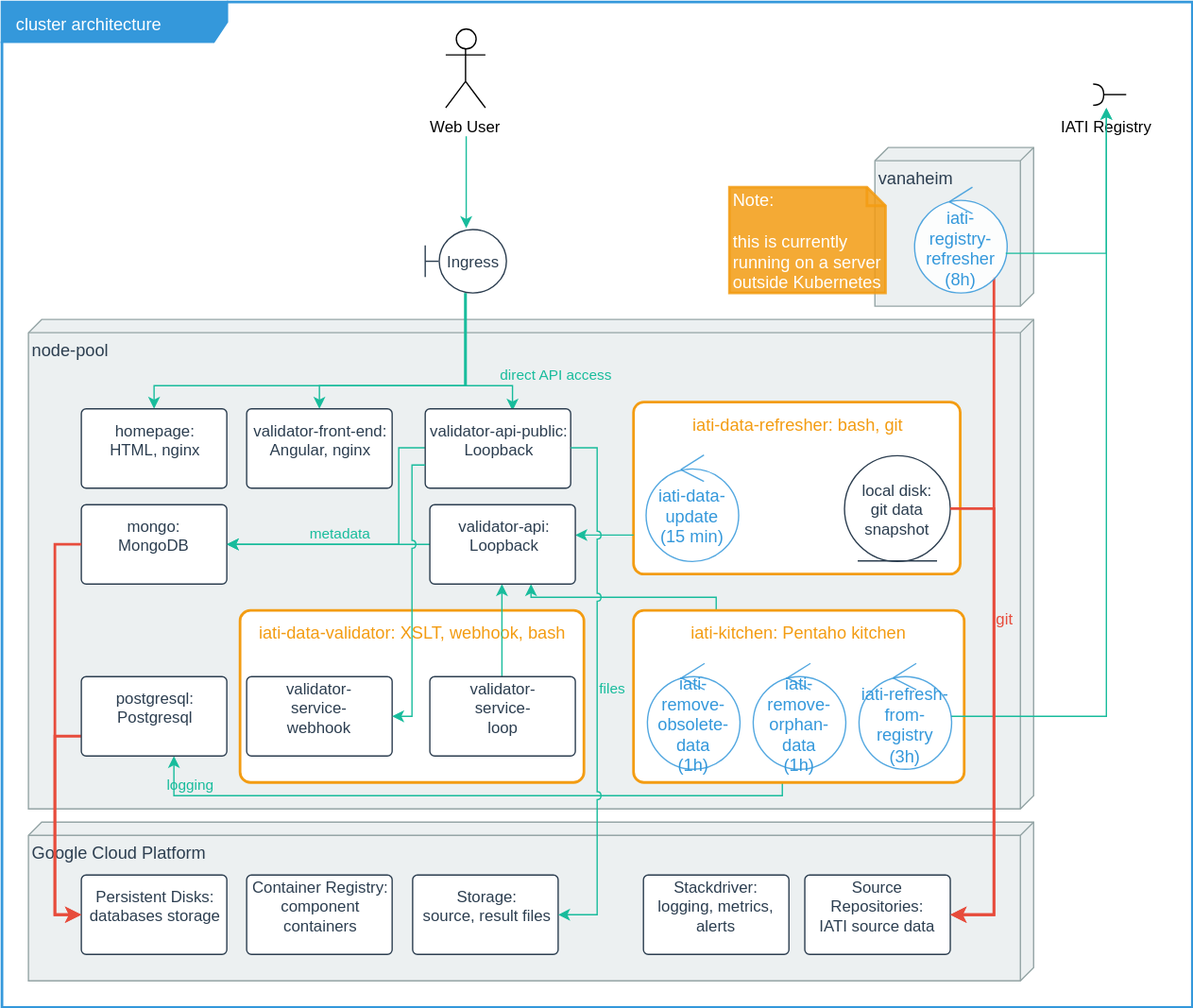
Above: docs/deployment-overview.drawio.svg in data4development/dataworkbench-cluster (draw.io), before the change. Source tidied: cells renumbered, new cells last; positions are measured from the earlier drawing's top-left corner, leaving out a move shared by most shapes.
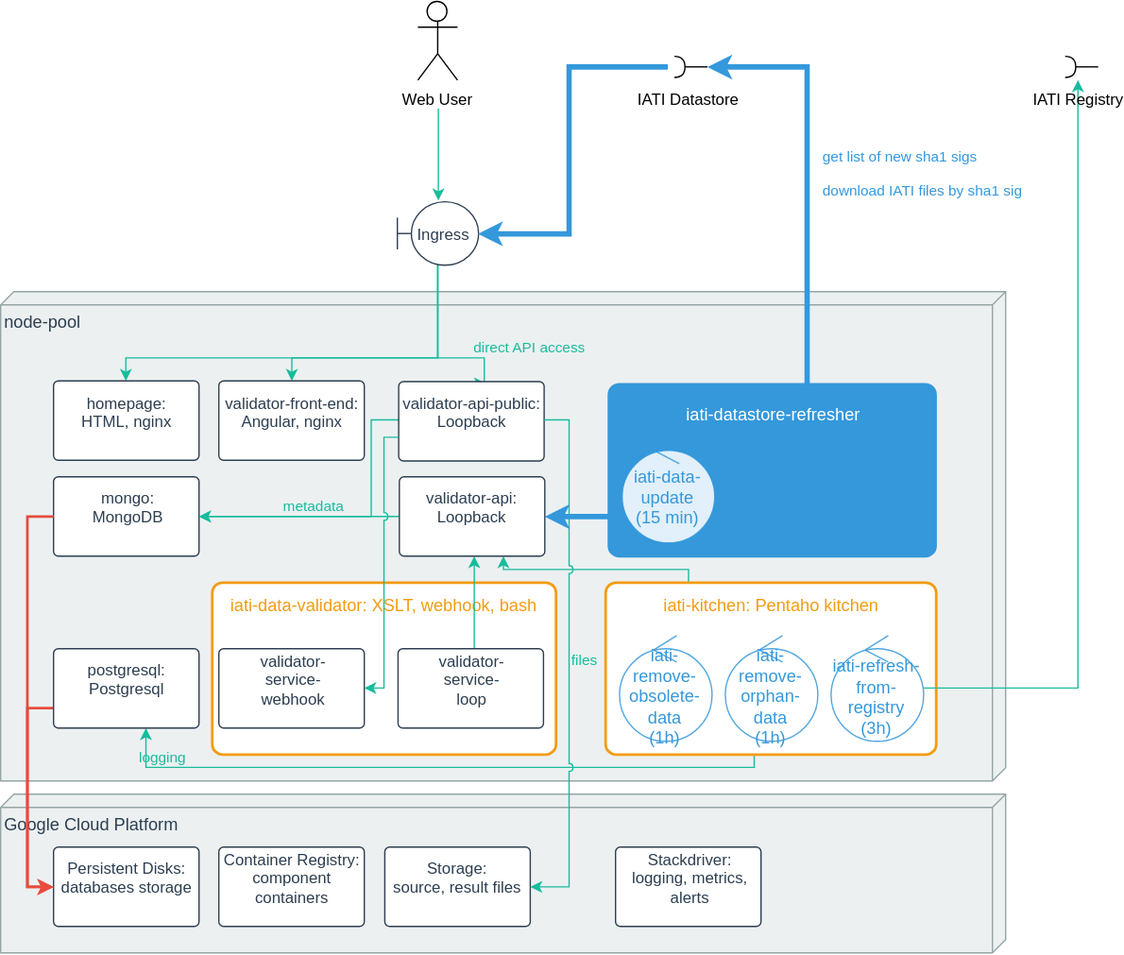
The same diagram one commit later.

Commit message:
Start doc integration datastore-validator

IATI Data Refresher component to be replaced
Sequence diagram with interactions

Change to the diagram source:
```diff
@@ -1,17 +1,10 @@
 <mxGraphModel background="#ffffff">
   <root>
     <mxCell id="0" />
-    <mxCell id="1" value="Background" parent="0" />
-    <mxCell id="2" value="cluster architecture" style="shape=umlFrame;whiteSpace=wrap;html=1;labelBackgroundColor=none;strokeColor=#3498DB;strokeWidth=2;fillColor=#3498DB;fontFamily=Helvetica;fontSize=13;fontColor=#FFFFFF;align=left;spacingTop=8;spacingBottom=8;width=170;height=30;spacingLeft=8;" parent="1" vertex="1">
-      <mxGeometry width="900" height="760" as="geometry" />
-    </mxCell>
-    <mxCell id="3" value="Items" parent="0" />
+    <mxCell id="3" parent="0" />
     <mxCell id="4" value="node-pool" style="verticalAlign=top;align=left;spacingTop=8;shape=cube;size=10;direction=south;html=1;fillColor=#ecf0f1;strokeColor=#95a5a6;fontSize=13;fontColor=#2c3e50;strokeWidth=1;labelBackgroundColor=none;spacingBottom=8;" parent="3" vertex="1">
       <mxGeometry x="20" y="240" width="760" height="370" as="geometry" />
     </mxCell>
-    <mxCell id="5" value="iati-data-refresher: bash, git" style="strokeWidth=2;html=1;shape=mxgraph.flowchart.process;whiteSpace=wrap;labelBackgroundColor=none;fillColor=#FFFFFF;fontFamily=Helvetica;fontSize=13;fontColor=#F39C12;align=center;strokeColor=#f39c12;spacingTop=2;spacingBottom=8;verticalAlign=top;" parent="3" vertex="1">
-      <mxGeometry x="477.5" y="302.5" width="247" height="130" as="geometry" />
-    </mxCell>
     <mxCell id="6" style="edgeStyle=orthogonalEdgeStyle;rounded=0;html=1;jettySize=auto;orthogonalLoop=1;fontColor=#18bc9c;align=right;verticalAlign=bottom;strokeColor=#18BC9C;labelBackgroundColor=none;startFill=0;startArrow=none;" parent="3" edge="1">
       <mxGeometry relative="1" as="geometry">
         <mxPoint x="351" y="100" as="sourcePoint" />
@@ -60,7 +53,7 @@
       </mxGeometry>
     </mxCell>
     <mxCell id="14" value="validator-api-public:&#10;Loopback&#10;" style="strokeWidth=1;html=1;shape=mxgraph.flowchart.process;whiteSpace=wrap;labelBackgroundColor=none;fillColor=#FFFFFF;fontFamily=Helvetica;fontSize=12;fontColor=#2C3E50;align=center;strokeColor=#2C3E50;spacingTop=8;spacingBottom=8;" parent="3" vertex="1">
-      <mxGeometry x="320" y="307.5" width="110" height="60" as="geometry" />
+      <mxGeometry x="321" y="308" width="110" height="60" as="geometry" />
     </mxCell>
     <mxCell id="15" value="mongo:&#10;MongoDB&#10;" style="strokeWidth=1;html=1;shape=mxgraph.flowchart.process;whiteSpace=wrap;labelBackgroundColor=none;fillColor=#FFFFFF;fontFamily=Helvetica;fontSize=12;fontColor=#2C3E50;align=center;strokeColor=#2C3E50;spacingTop=8;spacingBottom=8;" parent="3" vertex="1">
       <mxGeometry x="60" y="380" width="110" height="60" as="geometry" />
@@ -68,17 +61,6 @@
     <mxCell id="16" value="homepage:&#10;HTML, nginx&#10;" style="strokeWidth=1;html=1;shape=mxgraph.flowchart.process;whiteSpace=wrap;labelBackgroundColor=none;fillColor=#FFFFFF;fontFamily=Helvetica;fontSize=12;fontColor=#2C3E50;align=center;strokeColor=#2C3E50;spacingTop=8;spacingBottom=8;" parent="3" vertex="1">
       <mxGeometry x="60" y="307.5" width="110" height="60" as="geometry" />
     </mxCell>
-    <mxCell id="17" value="iati-data-update&lt;br style=&quot;font-size: 12px;&quot;&gt;(15 min)&lt;br style=&quot;font-size: 12px;&quot;&gt;" style="ellipse;shape=umlControl;whiteSpace=wrap;html=1;fontSize=13;fontColor=#3498DB;strokeColor=#3498db;strokeWidth=1;fillColor=#FFFFFF;labelBackgroundColor=none;spacingTop=8;spacingBottom=8;opacity=85;" parent="3" vertex="1">
-      <mxGeometry x="487" y="342.5" width="70" height="80" as="geometry" />
-    </mxCell>
-    <mxCell id="18" style="edgeStyle=orthogonalEdgeStyle;rounded=0;html=1;jettySize=auto;fontColor=#18bc9c;align=right;verticalAlign=bottom;strokeColor=#18BC9C;labelBackgroundColor=none;startFill=0;startArrow=none;" parent="3" edge="1" source="5" target="48">
-      <mxGeometry relative="1" as="geometry">
-        <Array as="points">
-          <mxPoint x="450" y="403" />
-          <mxPoint x="450" y="403" />
-        </Array>
-      </mxGeometry>
-    </mxCell>
     <mxCell id="19" value="logging&lt;br&gt;" style="edgeStyle=orthogonalEdgeStyle;rounded=0;html=1;jettySize=auto;labelPosition=center;verticalLabelPosition=top;align=center;verticalAlign=bottom;strokeColor=#18BC9C;labelBackgroundColor=none;fontColor=#18bc9c;startFill=0;startArrow=none;" parent="3" edge="1" source="21" target="42">
       <mxGeometry x="0.83" relative="1" as="geometry">
         <Array as="points">
@@ -114,26 +96,12 @@
     <mxCell id="25" value="iati-refresh-from-registry&lt;br style=&quot;font-size: 12px;&quot;&gt;(3h)&lt;br style=&quot;font-size: 12px;&quot;&gt;" style="ellipse;shape=umlControl;whiteSpace=wrap;html=1;fontSize=13;fontColor=#3498DB;strokeColor=#3498db;strokeWidth=1;fillColor=#FFFFFF;labelBackgroundColor=none;spacingTop=8;spacingBottom=8;opacity=85;" parent="3" vertex="1">
       <mxGeometry x="647.5" y="500" width="70" height="80" as="geometry" />
     </mxCell>
-    <mxCell id="26" value="local disk:&lt;br style=&quot;font-size: 12px;&quot;&gt;git data snapshot" style="ellipse;shape=umlEntity;whiteSpace=wrap;html=1;fontSize=12;fontColor=#2C3E50;strokeColor=#2C3E50;strokeWidth=1;fillColor=#FFFFFF;labelBackgroundColor=none;spacingTop=8;spacingBottom=8;" parent="3" vertex="1">
-      <mxGeometry x="637" y="342.5" width="80" height="80" as="geometry" />
-    </mxCell>
     <mxCell id="27" value="Google Cloud Platform" style="verticalAlign=top;align=left;spacingTop=8;shape=cube;size=10;direction=south;html=1;fillColor=#ecf0f1;strokeColor=#95a5a6;fontSize=13;fontColor=#2c3e50;strokeWidth=1;labelBackgroundColor=none;spacingBottom=8;" parent="3" vertex="1">
       <mxGeometry x="20" y="620" width="760" height="120" as="geometry" />
     </mxCell>
     <mxCell id="28" value="Storage:&#10;source, result files&#10;" style="strokeWidth=1;html=1;shape=mxgraph.flowchart.process;whiteSpace=wrap;labelBackgroundColor=none;fillColor=#FFFFFF;fontFamily=Helvetica;fontSize=12;fontColor=#2C3E50;align=center;strokeColor=#2C3E50;spacingTop=8;spacingBottom=8;" parent="3" vertex="1">
       <mxGeometry x="310.5" y="660" width="110" height="60" as="geometry" />
     </mxCell>
-    <mxCell id="29" value="Source Repositories:&#10;IATI source data&#10;" style="strokeWidth=1;html=1;shape=mxgraph.flowchart.process;whiteSpace=wrap;labelBackgroundColor=none;fillColor=#FFFFFF;fontFamily=Helvetica;fontSize=12;fontColor=#2C3E50;align=center;strokeColor=#2C3E50;spacingTop=8;spacingBottom=8;" parent="3" vertex="1">
-      <mxGeometry x="607" y="660" width="110" height="60" as="geometry" />
-    </mxCell>
-    <mxCell id="30" style="edgeStyle=orthogonalEdgeStyle;rounded=0;html=1;jettySize=auto;fontColor=#e74c3c;align=left;verticalAlign=bottom;strokeColor=#e74c3c;labelBackgroundColor=none;fontSize=12;strokeWidth=2;startArrow=none;labelPosition=right;verticalLabelPosition=top;" parent="3" edge="1" source="26" target="29">
-      <mxGeometry x="0.19" relative="1" as="geometry">
-        <Array as="points">
-          <mxPoint x="750" y="383" />
-          <mxPoint x="750" y="690" />
-        </Array>
-      </mxGeometry>
-    </mxCell>
     <mxCell id="31" value="Container Registry:&#10;component&#10;containers&#10;" style="strokeWidth=1;html=1;shape=mxgraph.flowchart.process;whiteSpace=wrap;labelBackgroundColor=none;fillColor=#FFFFFF;fontFamily=Helvetica;fontSize=12;fontColor=#2C3E50;align=center;strokeColor=#2C3E50;spacingTop=8;spacingBottom=8;" parent="3" vertex="1">
       <mxGeometry x="185" y="660" width="110" height="60" as="geometry" />
     </mxCell>
@@ -146,29 +114,6 @@
     <mxCell id="34" value="Stackdriver:&#10;logging, metrics,&#10;alerts&#10;" style="strokeWidth=1;html=1;shape=mxgraph.flowchart.process;whiteSpace=wrap;labelBackgroundColor=none;fillColor=#FFFFFF;fontFamily=Helvetica;fontSize=12;fontColor=#2C3E50;align=center;strokeColor=#2C3E50;spacingTop=8;spacingBottom=8;" parent="3" vertex="1">
       <mxGeometry x="485" y="660" width="110" height="60" as="geometry" />
     </mxCell>
-    <mxCell id="35" value="vanaheim" style="verticalAlign=top;align=left;spacingTop=8;shape=cube;size=10;direction=south;html=1;fillColor=#ecf0f1;strokeColor=#95a5a6;fontSize=13;fontColor=#2c3e50;strokeWidth=1;labelBackgroundColor=none;spacingBottom=8;" parent="3" vertex="1">
-      <mxGeometry x="660" y="110" width="120" height="120" as="geometry" />
-    </mxCell>
-    <mxCell id="36" value="git" style="rounded=0;html=1;jettySize=auto;fontColor=#e74c3c;align=left;verticalAlign=middle;strokeColor=#e74c3c;labelBackgroundColor=none;fontSize=12;strokeWidth=2;startArrow=none;labelPosition=right;verticalLabelPosition=middle;edgeStyle=orthogonalEdgeStyle;" parent="3" edge="1" source="37" target="29">
-      <mxGeometry relative="1" as="geometry">
-        <Array as="points">
-          <mxPoint x="750" y="690" />
-        </Array>
-      </mxGeometry>
-    </mxCell>
-    <mxCell id="37" value="iati-registry-refresher&lt;br style=&quot;font-size: 12px;&quot;&gt;(8h)&lt;br style=&quot;font-size: 12px;&quot;&gt;" style="ellipse;shape=umlControl;whiteSpace=wrap;html=1;fontSize=13;fontColor=#3498DB;strokeColor=#3498db;strokeWidth=1;fillColor=#FFFFFF;labelBackgroundColor=none;spacingTop=8;spacingBottom=8;opacity=85;" parent="3" vertex="1">
-      <mxGeometry x="690" y="140" width="70" height="80" as="geometry" />
-    </mxCell>
-    <mxCell id="38" style="edgeStyle=orthogonalEdgeStyle;rounded=0;html=1;jettySize=auto;fontColor=#18bc9c;align=right;verticalAlign=bottom;strokeColor=#18BC9C;labelBackgroundColor=none;startFill=0;startArrow=none;" parent="3" edge="1" source="37" target="33">
-      <mxGeometry relative="1" as="geometry">
-        <Array as="points">
-          <mxPoint x="835" y="190" />
-        </Array>
-      </mxGeometry>
-    </mxCell>
-    <mxCell id="39" value="Note:&lt;br&gt;&lt;br&gt;this is currently running on a server outside Kubernetes&lt;br&gt;" style="shape=note;whiteSpace=wrap;html=1;size=14;verticalAlign=middle;align=left;spacingTop=8;fontSize=13;fontColor=#FFFFFF;strokeColor=#F39C12;strokeWidth=2;fillColor=#F39C12;labelBackgroundColor=none;opacity=85;spacingBottom=8;" parent="3" vertex="1">
-      <mxGeometry x="550" y="140" width="118" height="80" as="geometry" />
-    </mxCell>
     <mxCell id="40" style="edgeStyle=orthogonalEdgeStyle;rounded=0;html=1;labelBackgroundColor=none;startArrow=none;startFill=0;jettySize=auto;strokeColor=#e74c3c;fontFamily=Helvetica;fontSize=12;fontColor=#e74c3c;strokeWidth=2;" parent="3" edge="1" source="42" target="32">
       <mxGeometry relative="1" as="geometry">
         <Array as="points">
@@ -203,13 +148,13 @@
       </mxGeometry>
     </mxCell>
     <mxCell id="46" value="validator-&#10;service-&#10;loop&#10;" style="strokeWidth=1;html=1;shape=mxgraph.flowchart.process;whiteSpace=wrap;labelBackgroundColor=none;fillColor=#FFFFFF;fontFamily=Helvetica;fontSize=12;fontColor=#2C3E50;align=center;strokeColor=#2C3E50;spacingTop=8;spacingBottom=8;" parent="3" vertex="1">
-      <mxGeometry x="323.5" y="510" width="110" height="60" as="geometry" />
+      <mxGeometry x="320.5" y="510" width="110" height="60" as="geometry" />
     </mxCell>
     <mxCell id="47" style="edgeStyle=orthogonalEdgeStyle;rounded=0;jettySize=auto;html=1;fontColor=#18bc9c;align=right;verticalAlign=bottom;strokeColor=#18BC9C;labelBackgroundColor=none;startFill=0;startArrow=none;" parent="3" edge="1" source="48" target="15">
       <mxGeometry relative="1" as="geometry" />
     </mxCell>
     <mxCell id="48" value="validator-api:&#10;Loopback&#10;" style="strokeWidth=1;html=1;shape=mxgraph.flowchart.process;whiteSpace=wrap;labelBackgroundColor=none;fillColor=#FFFFFF;fontFamily=Helvetica;fontSize=12;fontColor=#2C3E50;align=center;strokeColor=#2C3E50;spacingTop=8;spacingBottom=8;" parent="3" vertex="1">
-      <mxGeometry x="323.5" y="380" width="110" height="60" as="geometry" />
+      <mxGeometry x="321.5" y="380" width="110" height="60" as="geometry" />
     </mxCell>
     <mxCell id="49" style="edgeStyle=orthogonalEdgeStyle;rounded=0;html=1;jettySize=auto;fontColor=#18bc9c;align=right;verticalAlign=bottom;strokeColor=#18BC9C;labelBackgroundColor=none;startFill=0;startArrow=none;jumpStyle=arc;" parent="3" edge="1" source="14" target="44">
       <mxGeometry relative="1" as="geometry">
@@ -227,5 +172,39 @@
         </Array>
       </mxGeometry>
     </mxCell>
+    <mxCell id="51" value="IATI Datastore" style="shape=requires;direction=north;html=1;labelPosition=center;verticalLabelPosition=bottom;align=center;verticalAlign=top;" parent="3" vertex="1">
+      <mxGeometry x="524.5" y="60" width="30" height="20" as="geometry" />
+    </mxCell>
+    <mxCell id="52" value="get list of new sha1 sigs&lt;br&gt;&lt;br&gt;download IATI files by sha1 sig&lt;br&gt;" style="edgeStyle=orthogonalEdgeStyle;rounded=0;html=1;jettySize=auto;fontColor=#3498DB;align=left;verticalAlign=middle;strokeColor=#3498db;labelBackgroundColor=none;startArrow=none;strokeWidth=4;labelPosition=right;verticalLabelPosition=middle;" parent="3" edge="1" source="54" target="51">
+      <mxGeometry x="0.01" y="-10" relative="1" as="geometry">
+        <Array as="points">
+          <mxPoint x="630" y="70" />
+        </Array>
+      </mxGeometry>
+    </mxCell>
+    <mxCell id="53" value="datastore-integration" parent="0" />
+    <mxCell id="54" value="iati-datastore-refresher" style="strokeWidth=2;html=1;shape=mxgraph.flowchart.process;whiteSpace=wrap;labelBackgroundColor=none;fillColor=#3498DB;fontFamily=Helvetica;fontSize=13;fontColor=#FFFFFF;align=center;strokeColor=#3498DB;spacingTop=8;spacingBottom=8;verticalAlign=top;horizontal=1;" parent="53" vertex="1">
+      <mxGeometry x="480" y="310" width="247" height="130" as="geometry" />
+    </mxCell>
+    <mxCell id="55" style="edgeStyle=orthogonalEdgeStyle;rounded=0;jettySize=auto;html=1;strokeWidth=4;fontColor=#3498DB;align=right;verticalAlign=bottom;strokeColor=#3498db;labelBackgroundColor=none;" parent="53" edge="1" target="48">
+      <mxGeometry relative="1" as="geometry">
+        <mxPoint x="480" y="410" as="sourcePoint" />
+        <Array as="points">
+          <mxPoint x="470" y="410" />
+          <mxPoint x="470" y="410" />
+        </Array>
+      </mxGeometry>
+    </mxCell>
+    <mxCell id="17" value="iati-data-update&lt;br style=&quot;font-size: 12px;&quot;&gt;(15 min)&lt;br style=&quot;font-size: 12px;&quot;&gt;" style="ellipse;shape=umlControl;whiteSpace=wrap;html=1;fontSize=13;fontColor=#3498DB;strokeColor=#3498db;strokeWidth=1;fillColor=#FFFFFF;labelBackgroundColor=none;spacingTop=8;spacingBottom=8;opacity=85;" parent="53" vertex="1">
+      <mxGeometry x="489.5" y="350" width="70" height="80" as="geometry" />
+    </mxCell>
+    <mxCell id="56" style="edgeStyle=orthogonalEdgeStyle;rounded=0;jettySize=auto;html=1;fontColor=#3498DB;align=right;verticalAlign=bottom;strokeColor=#3498db;labelBackgroundColor=none;startArrow=none;strokeWidth=4;" parent="53" edge="1" source="51" target="11">
+      <mxGeometry relative="1" as="geometry">
+        <Array as="points">
+          <mxPoint x="450" y="70" />
+          <mxPoint x="450" y="196" />
+        </Array>
+      </mxGeometry>
+    </mxCell>
   </root>
 </mxGraphModel>
```
